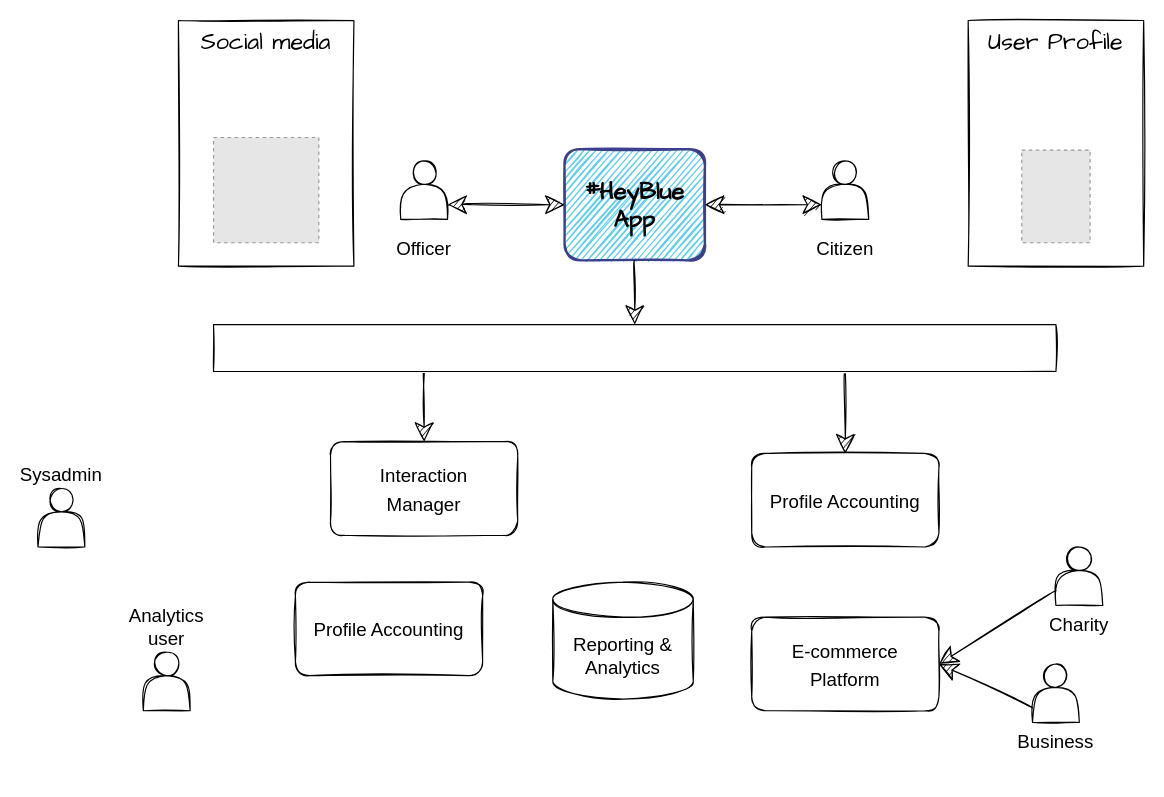
Above: Vision and Context/context and vision.drawio in ITDependsQ42022/Hey-Blue (draw.io), before the change. Source tidied: cells renumbered, new cells numbered last; positions are measured from the earlier drawing's top-left corner, leaving out a move shared by most shapes. Both pictures are drawn from the tidied source at 117%, with x=0, y=0 at pixel (37, 20). Pictures stored in the file or linked from it are replaced by grey dashed boxes.
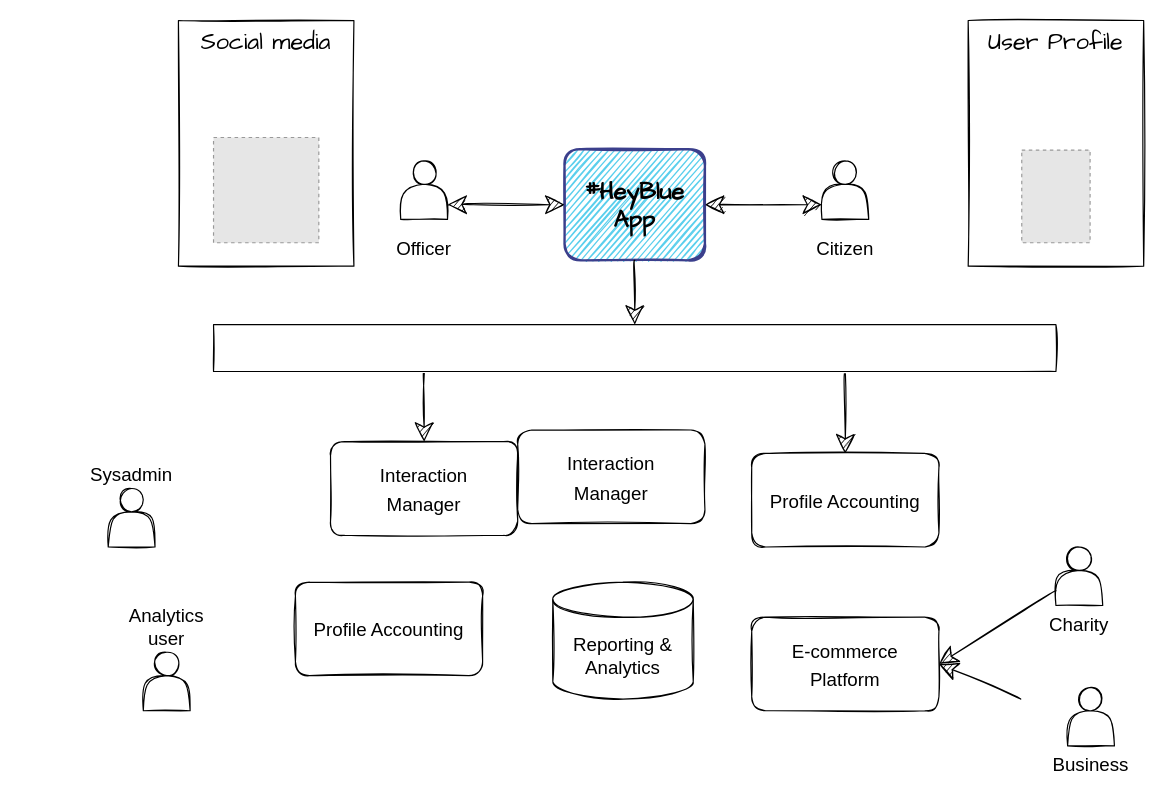
Above is the later version.

Commit message (it also covers changes not shown here):
Updating vision diagram

Unchanged cells that the change refers to:
```xml
<mxCell id="6" value="&lt;span style=&quot;font-family: Helvetica; font-size: 16px;&quot;&gt;E-commerce&lt;/span&gt;&lt;br style=&quot;font-family: Helvetica; font-size: 16px;&quot;&gt;&lt;span style=&quot;font-family: Helvetica; font-size: 16px;&quot;&gt;Platform&lt;/span&gt;" style="rounded=1;whiteSpace=wrap;html=1;sketch=1;hachureGap=4;fontFamily=Architects Daughter;fontSize=20;shadow=0;fillStyle=auto;" parent="1" vertex="1">
  <mxGeometry x="610" y="510" width="160" height="80" as="geometry" />
</mxCell>
```

Diff of the diagram source:
```diff
@@
     <mxCell id="3" value="Business" style="shape=actor;whiteSpace=wrap;html=1;fontSize=16;sketch=1;labelPosition=center;verticalLabelPosition=bottom;align=center;verticalAlign=top;" parent="1" vertex="1">
-      <mxGeometry x="850" y="550" width="40" height="50" as="geometry" />
+      <mxGeometry x="880" y="570" width="40" height="50" as="geometry" />
     </mxCell>
@@
     <mxCell id="11" value="Sysadmin" style="shape=actor;whiteSpace=wrap;html=1;fontSize=16;sketch=1;labelPosition=center;verticalLabelPosition=top;align=center;verticalAlign=bottom;" parent="1" vertex="1">
-      <mxGeometry y="400" width="40" height="50" as="geometry" />
+      <mxGeometry x="60" y="400" width="40" height="50" as="geometry" />
     </mxCell>
@@
-    <mxCell id="16" style="endArrow=classic;html=1;rounded=0;sketch=1;hachureGap=4;fontFamily=Architects Daughter;fontSize=16;startSize=14;endSize=14;sourcePerimeterSpacing=8;targetPerimeterSpacing=8;curved=1;exitX=0;exitY=0.75;exitDx=0;exitDy=0;entryX=1;entryY=0.5;entryDx=0;entryDy=0;" parent="1" edge="1" source="3" target="6">
-      <mxGeometry relative="1" as="geometry" />
+    <mxCell id="16" style="endArrow=classic;html=1;rounded=0;sketch=1;hachureGap=4;fontFamily=Architects Daughter;fontSize=16;startSize=14;endSize=14;sourcePerimeterSpacing=8;targetPerimeterSpacing=8;curved=1;entryX=1;entryY=0.5;entryDx=0;entryDy=0;" parent="1" edge="1" target="6">
+      <mxGeometry relative="1" as="geometry">
+        <mxPoint x="840" y="580" as="sourcePoint" />
+      </mxGeometry>
     </mxCell>
@@
+    <mxCell id="26" value="&lt;font face=&quot;Helvetica&quot;&gt;&lt;span style=&quot;font-size: 16px;&quot;&gt;Interaction&lt;br&gt;Manager&lt;br&gt;&lt;/span&gt;&lt;/font&gt;" style="rounded=1;whiteSpace=wrap;html=1;sketch=1;hachureGap=4;fontFamily=Architects Daughter;fontSize=20;" parent="1" vertex="1">
+      <mxGeometry x="410" y="350" width="160" height="80" as="geometry" />
+    </mxCell>
```
